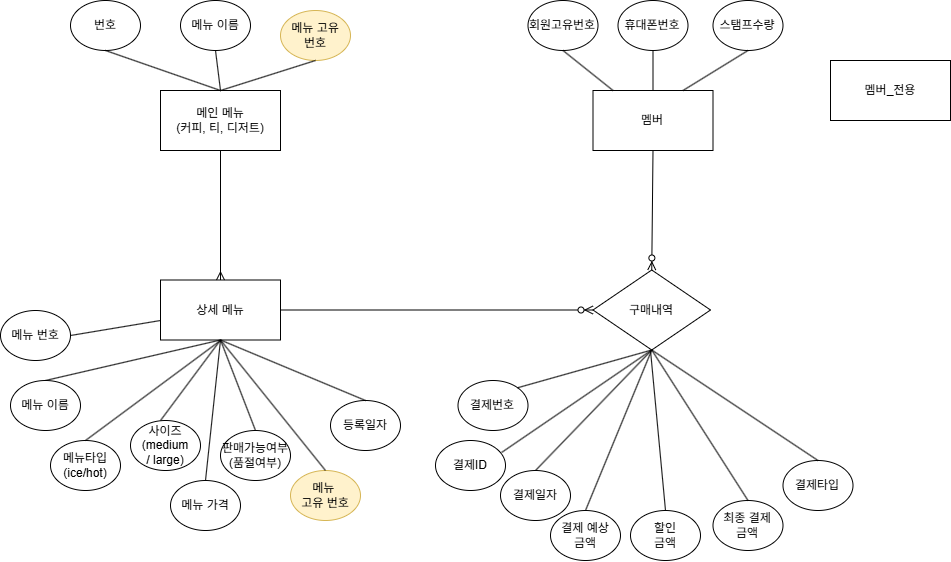
This is docs/03_개념적모델링.png from 2605-training-team01/project01, a draw.io export, as it was before one commit. Source tidied: cells renumbered, new cells last; positions are measured from the earlier drawing's top-left corner, leaving out a move shared by most shapes.
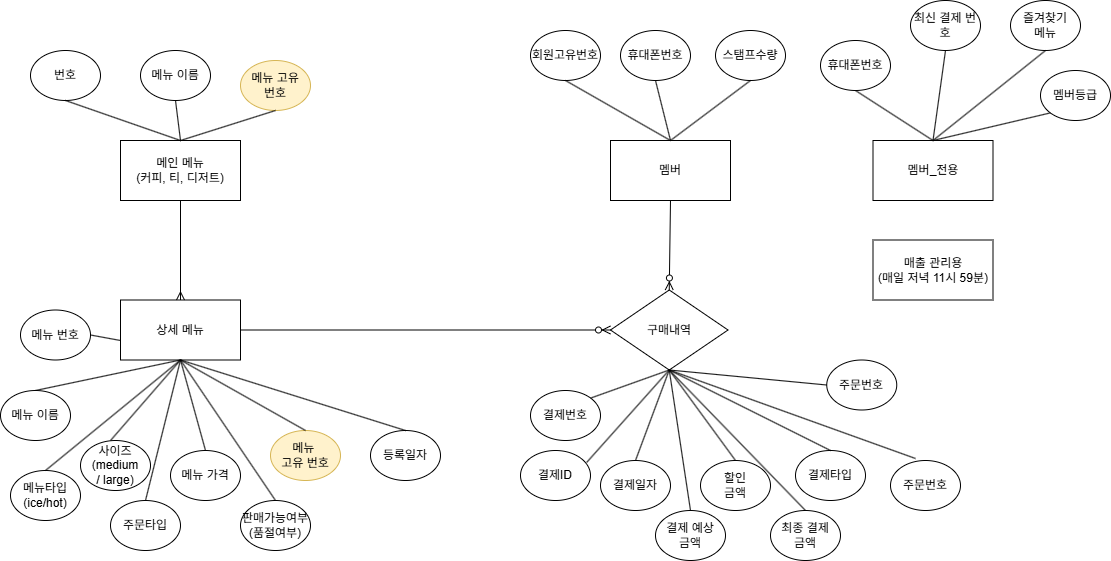
Above is the later version.

Commit message:
개념적 모델링 스케치

What changed in the source:
```diff
@@ -3,30 +3,30 @@
     <mxCell id="0" />
     <mxCell id="1" parent="0" />
     <mxCell id="2" value="메인 메뉴&lt;br&gt;(커피, 티, 디저트)" style="rounded=0;whiteSpace=wrap;html=1;" parent="1" vertex="1">
-      <mxGeometry x="160" y="90" width="120" height="60" as="geometry" />
+      <mxGeometry x="-10" y="120" width="120" height="60" as="geometry" />
     </mxCell>
     <mxCell id="3" value="&lt;div&gt;번호&lt;/div&gt;" style="ellipse;whiteSpace=wrap;html=1;rounded=0;" parent="1" vertex="1">
-      <mxGeometry x="70" width="70" height="50" as="geometry" />
+      <mxGeometry x="-100" y="30" width="70" height="50" as="geometry" />
     </mxCell>
     <mxCell id="4" value="메뉴 이름" style="ellipse;whiteSpace=wrap;html=1;rounded=0;" parent="1" vertex="1">
-      <mxGeometry x="180" width="70" height="50" as="geometry" />
+      <mxGeometry x="10" y="30" width="70" height="50" as="geometry" />
     </mxCell>
     <mxCell id="5" value="상세 메뉴" style="rounded=0;whiteSpace=wrap;html=1;" parent="1" vertex="1">
-      <mxGeometry x="160" y="279.5" width="120" height="60" as="geometry" />
+      <mxGeometry x="-10" y="279.5" width="120" height="60" as="geometry" />
     </mxCell>
     <mxCell id="6" style="rounded=0;jettySize=auto;html=1;exitX=0.5;exitY=1;exitDx=0;exitDy=0;endArrow=none;endFill=0;entryX=0.5;entryY=0;entryDx=0;entryDy=0;" parent="1" edge="1" source="3" target="2">
       <mxGeometry relative="1" as="geometry" />
     </mxCell>
     <mxCell id="7" style="endArrow=none;html=1;rounded=0;entryX=0.5;entryY=1;entryDx=0;entryDy=0;" parent="1" edge="1" target="4">
       <mxGeometry relative="1" as="geometry">
-        <mxPoint x="220" y="90" as="sourcePoint" />
+        <mxPoint x="50" y="120" as="sourcePoint" />
       </mxGeometry>
     </mxCell>
     <mxCell id="8" value="메뉴 번호" style="ellipse;whiteSpace=wrap;html=1;rounded=0;" parent="1" vertex="1">
-      <mxGeometry y="310" width="70" height="50" as="geometry" />
+      <mxGeometry x="-110" y="289.5" width="70" height="50" as="geometry" />
     </mxCell>
     <mxCell id="9" value="메뉴 가격" style="ellipse;whiteSpace=wrap;html=1;rounded=0;" parent="1" vertex="1">
-      <mxGeometry x="170" y="480" width="70" height="50" as="geometry" />
+      <mxGeometry x="40" y="430" width="70" height="50" as="geometry" />
     </mxCell>
     <mxCell id="10" style="endArrow=none;html=1;rounded=0;entryX=1;entryY=0.5;entryDx=0;entryDy=0;exitX=0;exitY=0.675;exitDx=0;exitDy=0;exitPerimeter=0;" parent="1" edge="1" source="5" target="8">
       <mxGeometry relative="1" as="geometry" />
@@ -35,43 +35,43 @@
       <mxGeometry relative="1" as="geometry" />
     </mxCell>
     <mxCell id="12" value="등록일자" style="ellipse;whiteSpace=wrap;html=1;rounded=0;" parent="1" vertex="1">
-      <mxGeometry x="330" y="400" width="70" height="50" as="geometry" />
+      <mxGeometry x="240" y="410" width="70" height="50" as="geometry" />
     </mxCell>
     <mxCell id="13" style="endArrow=none;html=1;rounded=0;exitX=0.5;exitY=1;exitDx=0;exitDy=0;entryX=0.5;entryY=0;entryDx=0;entryDy=0;" parent="1" edge="1" source="5" target="12">
       <mxGeometry relative="1" as="geometry" />
     </mxCell>
     <mxCell id="14" value="멤버" style="rounded=0;whiteSpace=wrap;html=1;" parent="1" vertex="1">
-      <mxGeometry x="592.5" y="90" width="120" height="60" as="geometry" />
+      <mxGeometry x="480" y="120" width="120" height="60" as="geometry" />
     </mxCell>
     <mxCell id="15" value="회원고유번호" style="ellipse;whiteSpace=wrap;html=1;rounded=0;" parent="1" vertex="1">
-      <mxGeometry x="527.5" width="70" height="50" as="geometry" />
+      <mxGeometry x="400" y="10" width="70" height="50" as="geometry" />
     </mxCell>
     <mxCell id="16" value="휴대폰번호" style="ellipse;whiteSpace=wrap;html=1;rounded=0;" parent="1" vertex="1">
-      <mxGeometry x="617.5" width="70" height="50" as="geometry" />
+      <mxGeometry x="490" y="10" width="70" height="50" as="geometry" />
     </mxCell>
-    <mxCell id="17" style="endArrow=none;html=1;rounded=0;entryX=0.167;entryY=0;entryDx=0;entryDy=0;entryPerimeter=0;exitX=0.5;exitY=1;exitDx=0;exitDy=0;" parent="1" edge="1" source="15" target="14">
+    <mxCell id="17" style="endArrow=none;html=1;rounded=0;exitX=0.5;exitY=1;exitDx=0;exitDy=0;entryX=0.5;entryY=0;entryDx=0;entryDy=0;" parent="1" edge="1" source="15" target="14">
       <mxGeometry relative="1" as="geometry" />
     </mxCell>
     <mxCell id="18" style="endArrow=none;html=1;rounded=0;entryX=0.5;entryY=0;entryDx=0;entryDy=0;exitX=0.5;exitY=1;exitDx=0;exitDy=0;" parent="1" edge="1" source="16" target="14">
       <mxGeometry relative="1" as="geometry" />
     </mxCell>
     <mxCell id="19" value="스탬프수량" style="ellipse;whiteSpace=wrap;html=1;rounded=0;" parent="1" vertex="1">
-      <mxGeometry x="712.5" width="70" height="50" as="geometry" />
+      <mxGeometry x="585" y="10" width="70" height="50" as="geometry" />
     </mxCell>
-    <mxCell id="20" style="endArrow=none;html=1;rounded=0;entryX=0.75;entryY=0;entryDx=0;entryDy=0;exitX=0.5;exitY=1;exitDx=0;exitDy=0;" parent="1" edge="1" source="19" target="14">
+    <mxCell id="20" style="endArrow=none;html=1;rounded=0;entryX=0.5;entryY=0;entryDx=0;entryDy=0;exitX=0.5;exitY=1;exitDx=0;exitDy=0;" parent="1" edge="1" source="19" target="14">
       <mxGeometry relative="1" as="geometry" />
     </mxCell>
     <mxCell id="21" value="결제일자" style="ellipse;whiteSpace=wrap;html=1;rounded=0;" parent="1" vertex="1">
-      <mxGeometry x="500" y="470" width="70" height="50" as="geometry" />
+      <mxGeometry x="470" y="440" width="70" height="50" as="geometry" />
     </mxCell>
     <mxCell id="22" value="결제 예상&lt;div&gt;금액&lt;/div&gt;" style="ellipse;whiteSpace=wrap;html=1;rounded=0;" parent="1" vertex="1">
-      <mxGeometry x="550" y="510" width="70" height="50" as="geometry" />
+      <mxGeometry x="525" y="490" width="70" height="50" as="geometry" />
     </mxCell>
     <mxCell id="23" value="결제번호" style="ellipse;whiteSpace=wrap;html=1;rounded=0;" parent="1" vertex="1">
-      <mxGeometry x="457.5" y="380" width="70" height="50" as="geometry" />
+      <mxGeometry x="400" y="370" width="70" height="50" as="geometry" />
     </mxCell>
     <mxCell id="24" value="결제타입" style="ellipse;whiteSpace=wrap;html=1;rounded=0;" parent="1" vertex="1">
-      <mxGeometry x="782.5" y="460" width="70" height="50" as="geometry" />
+      <mxGeometry x="665" y="430" width="70" height="50" as="geometry" />
     </mxCell>
     <mxCell id="25" style="endArrow=none;html=1;rounded=0;exitX=1;exitY=0;exitDx=0;exitDy=0;entryX=0.5;entryY=1;entryDx=0;entryDy=0;" parent="1" edge="1" source="23" target="34">
       <mxGeometry relative="1" as="geometry" />
@@ -89,7 +89,7 @@
       <mxGeometry relative="1" as="geometry" />
     </mxCell>
     <mxCell id="30" value="메뉴 이름" style="ellipse;whiteSpace=wrap;html=1;rounded=0;" parent="1" vertex="1">
-      <mxGeometry x="10" y="380" width="70" height="50" as="geometry" />
+      <mxGeometry x="-130" y="370" width="70" height="50" as="geometry" />
     </mxCell>
     <mxCell id="31" style="fontSize=12;html=1;endArrow=ERzeroToMany;endFill=1;rounded=0;entryX=0;entryY=0.5;entryDx=0;entryDy=0;exitX=1;exitY=0.5;exitDx=0;exitDy=0;" parent="1" edge="1" source="5" target="34">
       <mxGeometry relative="1" as="geometry" />
@@ -101,38 +101,34 @@
       <mxGeometry relative="1" as="geometry" />
     </mxCell>
     <mxCell id="34" value="구매내역" style="rhombus;whiteSpace=wrap;html=1;rounded=0;" parent="1" vertex="1">
-      <mxGeometry x="592.5" y="269.5" width="117.5" height="80" as="geometry" />
+      <mxGeometry x="480" y="269.5" width="117.5" height="80" as="geometry" />
     </mxCell>
     <mxCell id="35" value="멤버_전용" style="rounded=0;whiteSpace=wrap;html=1;" parent="1" vertex="1">
-      <mxGeometry x="830" y="60" width="120" height="60" as="geometry" />
+      <mxGeometry x="742.5" y="120" width="120" height="60" as="geometry" />
     </mxCell>
     <mxCell id="36" value="할인&lt;div&gt;금액&lt;/div&gt;" style="ellipse;whiteSpace=wrap;html=1;rounded=0;" parent="1" vertex="1">
-      <mxGeometry x="630" y="510" width="70" height="50" as="geometry" />
+      <mxGeometry x="570" y="440" width="70" height="50" as="geometry" />
     </mxCell>
     <mxCell id="37" value="판매가능여부&lt;br&gt;(품절여부)" style="ellipse;whiteSpace=wrap;html=1;rounded=0;" parent="1" vertex="1">
-      <mxGeometry x="220" y="430" width="70" height="50" as="geometry" />
+      <mxGeometry x="110" y="480" width="70" height="50" as="geometry" />
     </mxCell>
     <mxCell id="38" style="endArrow=none;html=1;rounded=0;entryX=0.5;entryY=0;entryDx=0;entryDy=0;exitX=0.5;exitY=1;exitDx=0;exitDy=0;" parent="1" edge="1" source="5" target="37">
       <mxGeometry relative="1" as="geometry" />
     </mxCell>
     <mxCell id="39" value="최종 결제&lt;div&gt;금액&lt;/div&gt;" style="ellipse;whiteSpace=wrap;html=1;rounded=0;" parent="1" vertex="1">
-      <mxGeometry x="712.5" y="500" width="70" height="50" as="geometry" />
+      <mxGeometry x="640" y="490" width="70" height="50" as="geometry" />
     </mxCell>
-    <mxCell id="40" style="endArrow=none;html=1;rounded=0;exitX=0.5;exitY=0;exitDx=0;exitDy=0;" parent="1" edge="1" source="36">
-      <mxGeometry relative="1" as="geometry">
-        <mxPoint x="650" y="350" as="targetPoint" />
-      </mxGeometry>
+    <mxCell id="40" style="endArrow=none;html=1;rounded=0;exitX=0.5;exitY=0;exitDx=0;exitDy=0;entryX=0.5;entryY=1;entryDx=0;entryDy=0;" parent="1" edge="1" source="36" target="34">
+      <mxGeometry relative="1" as="geometry" />
     </mxCell>
     <mxCell id="41" value="메뉴타입&lt;br&gt;(ice/hot)" style="ellipse;whiteSpace=wrap;html=1;rounded=0;" parent="1" vertex="1">
-      <mxGeometry x="50" y="440" width="70" height="50" as="geometry" />
+      <mxGeometry x="-120" y="450" width="70" height="50" as="geometry" />
     </mxCell>
     <mxCell id="42" value="사이즈&lt;br&gt;(medium&lt;div&gt;/ large)&lt;/div&gt;" style="ellipse;whiteSpace=wrap;html=1;rounded=0;" parent="1" vertex="1">
-      <mxGeometry x="130" y="420" width="70" height="50" as="geometry" />
+      <mxGeometry x="-50" y="420" width="70" height="50" as="geometry" />
     </mxCell>
-    <mxCell id="43" style="endArrow=none;html=1;rounded=0;entryX=0.5;entryY=0;entryDx=0;entryDy=0;" parent="1" edge="1" target="41">
-      <mxGeometry relative="1" as="geometry">
-        <mxPoint x="220" y="340" as="sourcePoint" />
-      </mxGeometry>
+    <mxCell id="43" style="endArrow=none;html=1;rounded=0;entryX=0.5;entryY=0;entryDx=0;entryDy=0;exitX=0.5;exitY=1;exitDx=0;exitDy=0;" parent="1" edge="1" source="5" target="41">
+      <mxGeometry relative="1" as="geometry" />
     </mxCell>
     <mxCell id="44" style="endArrow=none;html=1;rounded=0;entryX=0.429;entryY=0;entryDx=0;entryDy=0;exitX=0.5;exitY=1;exitDx=0;exitDy=0;entryPerimeter=0;" parent="1" edge="1" source="5" target="42">
       <mxGeometry relative="1" as="geometry" />
@@ -141,22 +137,67 @@
       <mxGeometry relative="1" as="geometry" />
     </mxCell>
     <mxCell id="46" value="메뉴&amp;nbsp;&lt;div&gt;고유 번호&lt;/div&gt;" style="ellipse;whiteSpace=wrap;html=1;rounded=0;fillColor=#fff2cc;strokeColor=#d6b656;" parent="1" vertex="1">
-      <mxGeometry x="290" y="470" width="70" height="50" as="geometry" />
+      <mxGeometry x="140" y="410" width="70" height="50" as="geometry" />
     </mxCell>
     <mxCell id="47" style="endArrow=none;html=1;rounded=0;entryX=0.5;entryY=0;entryDx=0;entryDy=0;exitX=0.5;exitY=1;exitDx=0;exitDy=0;" parent="1" edge="1" source="5" target="46">
       <mxGeometry relative="1" as="geometry" />
     </mxCell>
     <mxCell id="48" value="메뉴 고유&lt;div&gt;번호&lt;/div&gt;" style="ellipse;whiteSpace=wrap;html=1;rounded=0;fillColor=#fff2cc;strokeColor=#d6b656;" parent="1" vertex="1">
-      <mxGeometry x="280" y="10" width="70" height="50" as="geometry" />
+      <mxGeometry x="110" y="40" width="70" height="50" as="geometry" />
     </mxCell>
     <mxCell id="49" style="endArrow=none;html=1;rounded=0;entryX=0.5;entryY=1;entryDx=0;entryDy=0;exitX=0.5;exitY=0;exitDx=0;exitDy=0;" parent="1" edge="1" source="2" target="48">
       <mxGeometry relative="1" as="geometry" />
     </mxCell>
     <mxCell id="50" value="결제ID" style="ellipse;whiteSpace=wrap;html=1;rounded=0;" parent="1" vertex="1">
-      <mxGeometry x="435" y="440" width="70" height="50" as="geometry" />
+      <mxGeometry x="390" y="430" width="70" height="50" as="geometry" />
     </mxCell>
     <mxCell id="51" style="endArrow=none;html=1;rounded=0;entryX=0.5;entryY=1;entryDx=0;entryDy=0;exitX=0.945;exitY=0.239;exitDx=0;exitDy=0;exitPerimeter=0;" parent="1" edge="1" source="50" target="34">
       <mxGeometry relative="1" as="geometry" />
     </mxCell>
+    <mxCell id="52" value="매출 관리용&lt;div&gt;(매일 저녁 11시 59분)&lt;/div&gt;" style="rounded=0;whiteSpace=wrap;html=1;" parent="1" vertex="1">
+      <mxGeometry x="742.5" y="219.5" width="120" height="60" as="geometry" />
+    </mxCell>
+    <mxCell id="53" value="주문타입" style="ellipse;whiteSpace=wrap;html=1;rounded=0;" parent="1" vertex="1">
+      <mxGeometry x="-20" y="480" width="70" height="50" as="geometry" />
+    </mxCell>
+    <mxCell id="54" style="endArrow=none;html=1;rounded=0;entryX=0.5;entryY=0;entryDx=0;entryDy=0;exitX=0.5;exitY=1;exitDx=0;exitDy=0;" parent="1" edge="1" source="5" target="53">
+      <mxGeometry relative="1" as="geometry" />
+    </mxCell>
+    <mxCell id="55" value="주문번호" style="ellipse;whiteSpace=wrap;html=1;rounded=0;" parent="1" vertex="1">
+      <mxGeometry x="760" y="440" width="70" height="50" as="geometry" />
+    </mxCell>
+    <mxCell id="56" style="endArrow=none;html=1;rounded=0;exitX=0.357;exitY=-0.04;exitDx=0;exitDy=0;exitPerimeter=0;entryX=0.5;entryY=1;entryDx=0;entryDy=0;" parent="1" edge="1" source="55" target="34">
+      <mxGeometry relative="1" as="geometry" />
+    </mxCell>
+    <mxCell id="57" value="최신 결제 번호" style="ellipse;whiteSpace=wrap;html=1;rounded=0;" parent="1" vertex="1">
+      <mxGeometry x="780" y="-20" width="70" height="50" as="geometry" />
+    </mxCell>
+    <mxCell id="58" style="endArrow=none;html=1;rounded=0;entryX=0.5;entryY=0;entryDx=0;entryDy=0;exitX=0.5;exitY=1;exitDx=0;exitDy=0;" parent="1" edge="1" source="59" target="35">
+      <mxGeometry relative="1" as="geometry" />
+    </mxCell>
+    <mxCell id="59" value="휴대폰번호" style="ellipse;whiteSpace=wrap;html=1;rounded=0;" parent="1" vertex="1">
+      <mxGeometry x="690" y="20" width="70" height="50" as="geometry" />
+    </mxCell>
+    <mxCell id="60" style="endArrow=none;html=1;rounded=0;entryX=0.5;entryY=0;entryDx=0;entryDy=0;exitX=0.5;exitY=1;exitDx=0;exitDy=0;" parent="1" edge="1" source="57" target="35">
+      <mxGeometry relative="1" as="geometry" />
+    </mxCell>
+    <mxCell id="61" value="즐겨찾기&lt;div&gt;메뉴&lt;/div&gt;" style="ellipse;whiteSpace=wrap;html=1;rounded=0;" parent="1" vertex="1">
+      <mxGeometry x="880" y="-20" width="70" height="50" as="geometry" />
+    </mxCell>
+    <mxCell id="62" style="endArrow=none;html=1;rounded=0;entryX=0.5;entryY=0;entryDx=0;entryDy=0;exitX=0.5;exitY=1;exitDx=0;exitDy=0;" parent="1" edge="1" source="61" target="35">
+      <mxGeometry relative="1" as="geometry" />
+    </mxCell>
+    <mxCell id="63" value="주문번호" style="ellipse;whiteSpace=wrap;html=1;rounded=0;" parent="1" vertex="1">
+      <mxGeometry x="696.2" y="339.5" width="70" height="50" as="geometry" />
+    </mxCell>
+    <mxCell id="64" style="endArrow=none;html=1;rounded=0;exitX=0;exitY=0.5;exitDx=0;exitDy=0;entryX=0.5;entryY=1;entryDx=0;entryDy=0;" parent="1" edge="1" source="63" target="34">
+      <mxGeometry relative="1" as="geometry" />
+    </mxCell>
+    <mxCell id="65" value="멤버등급" style="ellipse;whiteSpace=wrap;html=1;rounded=0;" parent="1" vertex="1">
+      <mxGeometry x="910" y="50" width="70" height="50" as="geometry" />
+    </mxCell>
+    <mxCell id="66" style="endArrow=none;html=1;rounded=0;entryX=0.5;entryY=0;entryDx=0;entryDy=0;exitX=0;exitY=1;exitDx=0;exitDy=0;" parent="1" edge="1" source="65" target="35">
+      <mxGeometry relative="1" as="geometry" />
+    </mxCell>
   </root>
 </mxGraphModel>
```
